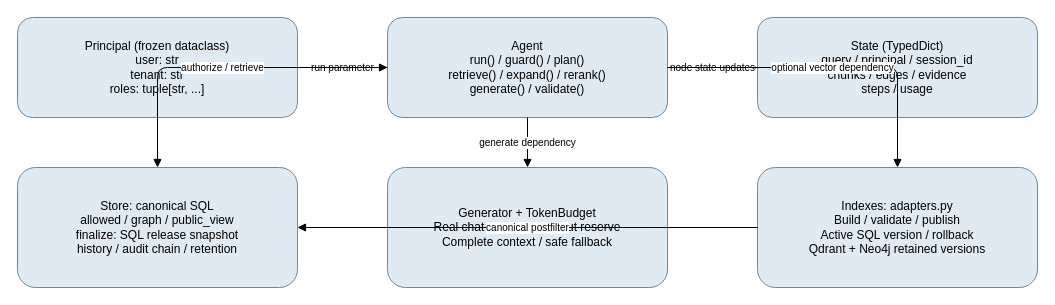
The draw.io diagram page "C4 | Code: реальные типы backend/core.py" (4 of 8) of docs/архитектура.drawio in pozvoltezhit/project, before the edit. Source tidied: cells renumbered, new cells numbered last; positions are measured from the earlier drawing's top-left corner, leaving out a move shared by most shapes. Both pictures are drawn from the tidied source at 100%, with x=0, y=0 at pixel (17, 17).
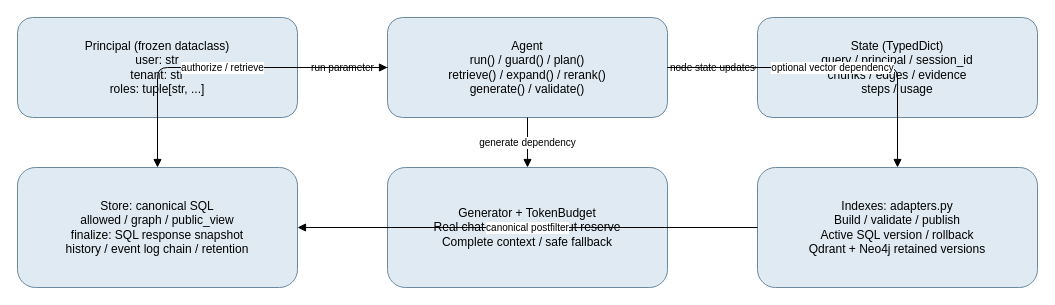
The same page after the edit.

Diff of the diagram source:
```diff
@@
 <mxGraphModel>
   <root>
     <mxCell id="0" />
     <mxCell id="1" parent="0" />
     <mxCell id="2" value="Principal (frozen dataclass)&lt;br&gt;user: str&lt;br&gt;tenant: str&lt;br&gt;roles: tuple[str, ...]" style="rounded=1;whiteSpace=wrap;html=1;fillColor=#DFEAF2;strokeColor=#6C8A9F;fontSize=12;" parent="1" vertex="1">
       <mxGeometry width="280" height="100" as="geometry" />
     </mxCell>
     <mxCell id="3" value="Agent&lt;br&gt;run() / guard() / plan()&lt;br&gt;retrieve() / expand() / rerank()&lt;br&gt;generate() / validate()" style="rounded=1;whiteSpace=wrap;html=1;fillColor=#DFEAF2;strokeColor=#6C8A9F;fontSize=12;" parent="1" vertex="1">
       <mxGeometry x="370" width="280" height="100" as="geometry" />
     </mxCell>
     <mxCell id="4" value="State (TypedDict)&lt;br&gt;query / principal / session_id&lt;br&gt;chunks / edges / evidence&lt;br&gt;steps / usage" style="rounded=1;whiteSpace=wrap;html=1;fillColor=#DFEAF2;strokeColor=#6C8A9F;fontSize=12;" parent="1" vertex="1">
       <mxGeometry x="740" width="280" height="100" as="geometry" />
     </mxCell>
-    <mxCell id="5" value="Store: canonical SQL&lt;br&gt;allowed / graph / public_view&lt;br&gt;finalize: SQL release snapshot&lt;br&gt;history / audit chain / retention" style="rounded=1;whiteSpace=wrap;html=1;fillColor=#DFEAF2;strokeColor=#6C8A9F;fontSize=12;" parent="1" vertex="1">
+    <mxCell id="5" value="Store: canonical SQL&lt;br&gt;allowed / graph / public_view&lt;br&gt;finalize: SQL response snapshot&lt;br&gt;history / event log chain / retention" style="rounded=1;whiteSpace=wrap;html=1;fillColor=#DFEAF2;strokeColor=#6C8A9F;fontSize=12;" parent="1" vertex="1">
       <mxGeometry y="150" width="280" height="120" as="geometry" />
     </mxCell>
     <mxCell id="6" value="Generator + TokenBudget&lt;br&gt;Real chat template / output reserve&lt;br&gt;Complete context / safe fallback" style="rounded=1;whiteSpace=wrap;html=1;fillColor=#DFEAF2;strokeColor=#6C8A9F;fontSize=12;" parent="1" vertex="1">
       <mxGeometry x="370" y="150" width="280" height="120" as="geometry" />
     </mxCell>
     <mxCell id="7" value="Indexes: adapters.py&lt;br&gt;Build / validate / publish&lt;br&gt;Active SQL version / rollback&lt;br&gt;Qdrant + Neo4j retained versions" style="rounded=1;whiteSpace=wrap;html=1;fillColor=#DFEAF2;strokeColor=#6C8A9F;fontSize=12;" parent="1" vertex="1">
       <mxGeometry x="740" y="150" width="280" height="120" as="geometry" />
     </mxCell>
     <mxCell id="8" value="run parameter" style="edgeStyle=orthogonalEdgeStyle;endArrow=block;html=1;fontSize=10;labelBackgroundColor=#FFFFFF;" parent="1" edge="1" source="2" target="3">
       <mxGeometry relative="1" as="geometry" />
     </mxCell>
     <mxCell id="9" value="node state updates" style="edgeStyle=orthogonalEdgeStyle;endArrow=block;html=1;fontSize=10;labelBackgroundColor=#FFFFFF;" parent="1" edge="1" source="3" target="4">
       <mxGeometry relative="1" as="geometry" />
     </mxCell>
     <mxCell id="10" value="authorize / retrieve" style="edgeStyle=orthogonalEdgeStyle;endArrow=block;html=1;fontSize=10;labelBackgroundColor=#FFFFFF;" parent="1" edge="1" source="3" target="5">
       <mxGeometry relative="1" as="geometry" />
     </mxCell>
     <mxCell id="11" value="generate dependency" style="edgeStyle=orthogonalEdgeStyle;endArrow=block;html=1;fontSize=10;labelBackgroundColor=#FFFFFF;" parent="1" edge="1" source="3" target="6">
       <mxGeometry relative="1" as="geometry" />
     </mxCell>
     <mxCell id="12" value="optional vector dependency" style="edgeStyle=orthogonalEdgeStyle;endArrow=block;html=1;fontSize=10;labelBackgroundColor=#FFFFFF;" parent="1" edge="1" source="3" target="7">
       <mxGeometry relative="1" as="geometry" />
     </mxCell>
     <mxCell id="13" value="canonical postfilter" style="edgeStyle=orthogonalEdgeStyle;endArrow=block;html=1;fontSize=10;labelBackgroundColor=#FFFFFF;" parent="1" edge="1" source="7" target="5">
       <mxGeometry relative="1" as="geometry" />
     </mxCell>
   </root>
 </mxGraphModel>
```
